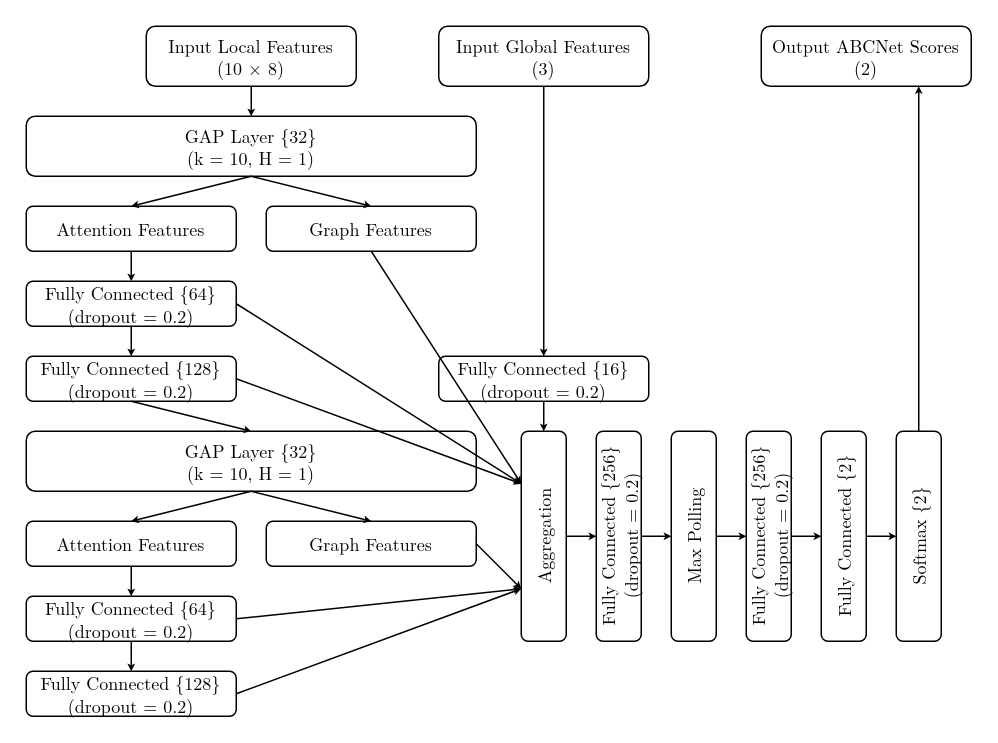
Earlier version of the draw.io diagram ABCNet.drawio (lyazj/tmp). Source tidied: cells renumbered, new cells numbered last; positions are measured from the earlier drawing's top-left corner, leaving out a move shared by most shapes. Both pictures are drawn from the tidied source at 150%, with x=0, y=0 at pixel (26, 26).
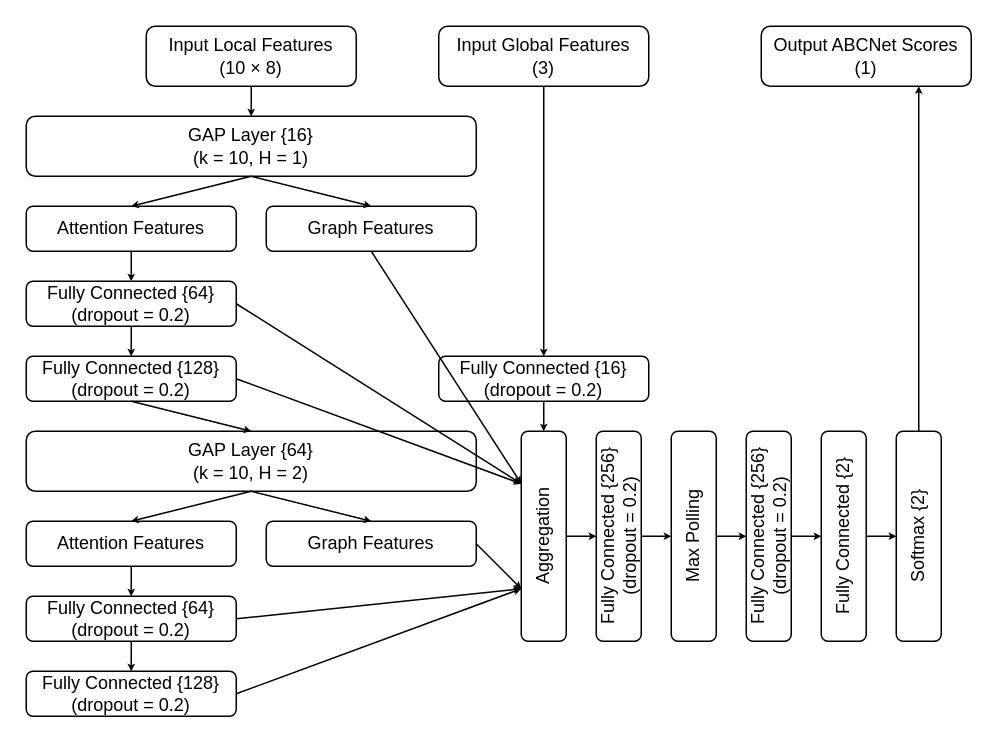
Above is the later version.

What changed in the source:
```diff
@@
-    <mxCell id="2" value="&lt;div&gt;Input Local Features&lt;/div&gt;&lt;div&gt;(10 × 8)&lt;br&gt;&lt;/div&gt;" style="rounded=1;whiteSpace=wrap;html=1;fontFamily=Latin Modern Roman;" parent="1" vertex="1">
+    <mxCell id="2" value="&lt;div&gt;Input Local Features&lt;/div&gt;&lt;div&gt;(10 × 8)&lt;br&gt;&lt;/div&gt;" style="rounded=1;whiteSpace=wrap;html=1;fontFamily=Arial;" parent="1" vertex="1">
       <mxGeometry x="80" width="140" height="40" as="geometry" />
     </mxCell>
-    <mxCell id="3" value="&lt;div&gt;GAP Layer {32}&lt;/div&gt;&lt;div&gt;(k = 10, H = 1)&lt;br&gt;&lt;/div&gt;" style="rounded=1;whiteSpace=wrap;html=1;fontFamily=Latin Modern Roman;" parent="1" vertex="1">
+    <mxCell id="3" value="&lt;div&gt;GAP Layer {16}&lt;/div&gt;&lt;div&gt;(k = 10, H = 1)&lt;br&gt;&lt;/div&gt;" style="rounded=1;whiteSpace=wrap;html=1;fontFamily=Arial;" parent="1" vertex="1">
       <mxGeometry y="60" width="300" height="40" as="geometry" />
     </mxCell>
-    <mxCell id="4" value="&lt;div&gt;Graph Features&lt;/div&gt;" style="rounded=1;whiteSpace=wrap;html=1;fontFamily=Latin Modern Roman;" parent="1" vertex="1">
+    <mxCell id="4" value="&lt;div&gt;Graph Features&lt;/div&gt;" style="rounded=1;whiteSpace=wrap;html=1;fontFamily=Arial;" parent="1" vertex="1">
       <mxGeometry x="160" y="120" width="140" height="30" as="geometry" />
     </mxCell>
-    <mxCell id="5" value="Attention Features" style="rounded=1;whiteSpace=wrap;html=1;fontFamily=Latin Modern Roman;" parent="1" vertex="1">
+    <mxCell id="5" value="Attention Features" style="rounded=1;whiteSpace=wrap;html=1;fontFamily=Arial;" parent="1" vertex="1">
       <mxGeometry y="120" width="140" height="30" as="geometry" />
     </mxCell>
-    <mxCell id="6" style="endArrow=classic;html=1;rounded=0;exitX=0.5;exitY=1;exitDx=0;exitDy=0;entryX=0.5;entryY=0;entryDx=0;entryDy=0;endSize=2;fontFamily=Latin Modern Roman;" parent="1" edge="1" source="3" target="5">
+    <mxCell id="6" style="endArrow=classic;html=1;rounded=0;exitX=0.5;exitY=1;exitDx=0;exitDy=0;entryX=0.5;entryY=0;entryDx=0;entryDy=0;endSize=2;fontFamily=Arial;" parent="1" edge="1" source="3" target="5">
       <mxGeometry relative="1" as="geometry" />
     </mxCell>
-    <mxCell id="7" style="endArrow=classic;html=1;rounded=0;exitX=0.5;exitY=1;exitDx=0;exitDy=0;entryX=0.5;entryY=0;entryDx=0;entryDy=0;endSize=2;fontFamily=Latin Modern Roman;" parent="1" edge="1" source="3" target="4">
+    <mxCell id="7" style="endArrow=classic;html=1;rounded=0;exitX=0.5;exitY=1;exitDx=0;exitDy=0;entryX=0.5;entryY=0;entryDx=0;entryDy=0;endSize=2;fontFamily=Arial;" parent="1" edge="1" source="3" target="4">
       <mxGeometry relative="1" as="geometry" />
     </mxCell>
-    <mxCell id="8" value="&lt;div&gt;Fully Connected {64}&lt;/div&gt;(dropout = 0.2)" style="rounded=1;whiteSpace=wrap;html=1;fontFamily=Latin Modern Roman;" parent="1" vertex="1">
+    <mxCell id="8" value="&lt;div&gt;Fully Connected {64}&lt;/div&gt;(dropout = 0.2)" style="rounded=1;whiteSpace=wrap;html=1;fontFamily=Arial;" parent="1" vertex="1">
       <mxGeometry y="170" width="140" height="30" as="geometry" />
     </mxCell>
-    <mxCell id="9" style="endArrow=classic;html=1;rounded=0;exitX=0.5;exitY=1;exitDx=0;exitDy=0;entryX=0.5;entryY=0;entryDx=0;entryDy=0;endSize=2;fontFamily=Latin Modern Roman;" parent="1" edge="1" source="2" target="3">
+    <mxCell id="9" style="endArrow=classic;html=1;rounded=0;exitX=0.5;exitY=1;exitDx=0;exitDy=0;entryX=0.5;entryY=0;entryDx=0;entryDy=0;endSize=2;fontFamily=Arial;" parent="1" edge="1" source="2" target="3">
       <mxGeometry relative="1" as="geometry" />
     </mxCell>
-    <mxCell id="10" style="endArrow=classic;html=1;rounded=0;exitX=0.5;exitY=1;exitDx=0;exitDy=0;entryX=0.5;entryY=0;entryDx=0;entryDy=0;endSize=2;fontFamily=Latin Modern Roman;" parent="1" edge="1" source="5" target="8">
+    <mxCell id="10" style="endArrow=classic;html=1;rounded=0;exitX=0.5;exitY=1;exitDx=0;exitDy=0;entryX=0.5;entryY=0;entryDx=0;entryDy=0;endSize=2;fontFamily=Arial;" parent="1" edge="1" source="5" target="8">
       <mxGeometry relative="1" as="geometry" />
     </mxCell>
-    <mxCell id="11" value="&lt;div&gt;Fully Connected {128}&lt;/div&gt;(dropout = 0.2)" style="rounded=1;whiteSpace=wrap;html=1;fontFamily=Latin Modern Roman;" parent="1" vertex="1">
+    <mxCell id="11" value="&lt;div&gt;Fully Connected {128}&lt;/div&gt;(dropout = 0.2)" style="rounded=1;whiteSpace=wrap;html=1;fontFamily=Arial;" parent="1" vertex="1">
       <mxGeometry y="220" width="140" height="30" as="geometry" />
     </mxCell>
-    <mxCell id="12" style="endArrow=classic;html=1;rounded=0;exitX=0.5;exitY=1;exitDx=0;exitDy=0;entryX=0.5;entryY=0;entryDx=0;entryDy=0;endSize=2;fontFamily=Latin Modern Roman;" parent="1" edge="1" source="8" target="11">
+    <mxCell id="12" style="endArrow=classic;html=1;rounded=0;exitX=0.5;exitY=1;exitDx=0;exitDy=0;entryX=0.5;entryY=0;entryDx=0;entryDy=0;endSize=2;fontFamily=Arial;" parent="1" edge="1" source="8" target="11">
       <mxGeometry relative="1" as="geometry" />
     </mxCell>
-    <mxCell id="13" value="&lt;div&gt;GAP Layer {32}&lt;/div&gt;&lt;div&gt;(k = 10, H = 1)&lt;br&gt;&lt;/div&gt;" style="rounded=1;whiteSpace=wrap;html=1;fontFamily=Latin Modern Roman;" parent="1" vertex="1">
+    <mxCell id="13" value="&lt;div&gt;GAP Layer {64}&lt;/div&gt;&lt;div&gt;(k = 10, H = 2)&lt;br&gt;&lt;/div&gt;" style="rounded=1;whiteSpace=wrap;html=1;fontFamily=Arial;" parent="1" vertex="1">
       <mxGeometry y="270" width="300" height="40" as="geometry" />
     </mxCell>
-    <mxCell id="14" value="&lt;div&gt;Graph Features&lt;/div&gt;" style="rounded=1;whiteSpace=wrap;html=1;fontFamily=Latin Modern Roman;" parent="1" vertex="1">
+    <mxCell id="14" value="&lt;div&gt;Graph Features&lt;/div&gt;" style="rounded=1;whiteSpace=wrap;html=1;fontFamily=Arial;" parent="1" vertex="1">
       <mxGeometry x="160" y="330" width="140" height="30" as="geometry" />
     </mxCell>
-    <mxCell id="15" value="Attention Features" style="rounded=1;whiteSpace=wrap;html=1;fontFamily=Latin Modern Roman;" parent="1" vertex="1">
+    <mxCell id="15" value="Attention Features" style="rounded=1;whiteSpace=wrap;html=1;fontFamily=Arial;" parent="1" vertex="1">
       <mxGeometry y="330" width="140" height="30" as="geometry" />
     </mxCell>
-    <mxCell id="16" style="endArrow=classic;html=1;rounded=0;exitX=0.5;exitY=1;exitDx=0;exitDy=0;entryX=0.5;entryY=0;entryDx=0;entryDy=0;endSize=2;fontFamily=Latin Modern Roman;" parent="1" edge="1" source="13" target="15">
+    <mxCell id="16" style="endArrow=classic;html=1;rounded=0;exitX=0.5;exitY=1;exitDx=0;exitDy=0;entryX=0.5;entryY=0;entryDx=0;entryDy=0;endSize=2;fontFamily=Arial;" parent="1" edge="1" source="13" target="15">
       <mxGeometry relative="1" as="geometry" />
     </mxCell>
-    <mxCell id="17" style="endArrow=classic;html=1;rounded=0;exitX=0.5;exitY=1;exitDx=0;exitDy=0;entryX=0.5;entryY=0;entryDx=0;entryDy=0;endSize=2;fontFamily=Latin Modern Roman;" parent="1" edge="1" source="13" target="14">
+    <mxCell id="17" style="endArrow=classic;html=1;rounded=0;exitX=0.5;exitY=1;exitDx=0;exitDy=0;entryX=0.5;entryY=0;entryDx=0;entryDy=0;endSize=2;fontFamily=Arial;" parent="1" edge="1" source="13" target="14">
       <mxGeometry relative="1" as="geometry" />
     </mxCell>
-    <mxCell id="18" value="&lt;div&gt;Fully Connected {64}&lt;/div&gt;(dropout = 0.2)" style="rounded=1;whiteSpace=wrap;html=1;fontFamily=Latin Modern Roman;" parent="1" vertex="1">
+    <mxCell id="18" value="&lt;div&gt;Fully Connected {64}&lt;/div&gt;(dropout = 0.2)" style="rounded=1;whiteSpace=wrap;html=1;fontFamily=Arial;" parent="1" vertex="1">
       <mxGeometry y="380" width="140" height="30" as="geometry" />
     </mxCell>
-    <mxCell id="19" style="endArrow=classic;html=1;rounded=0;exitX=0.5;exitY=1;exitDx=0;exitDy=0;entryX=0.5;entryY=0;entryDx=0;entryDy=0;endSize=2;fontFamily=Latin Modern Roman;" parent="1" edge="1" source="15" target="18">
+    <mxCell id="19" style="endArrow=classic;html=1;rounded=0;exitX=0.5;exitY=1;exitDx=0;exitDy=0;entryX=0.5;entryY=0;entryDx=0;entryDy=0;endSize=2;fontFamily=Arial;" parent="1" edge="1" source="15" target="18">
       <mxGeometry relative="1" as="geometry" />
     </mxCell>
-    <mxCell id="20" value="&lt;div&gt;Fully Connected {128}&lt;/div&gt;(dropout = 0.2)" style="rounded=1;whiteSpace=wrap;html=1;fontFamily=Latin Modern Roman;" parent="1" vertex="1">
+    <mxCell id="20" value="&lt;div&gt;Fully Connected {128}&lt;/div&gt;(dropout = 0.2)" style="rounded=1;whiteSpace=wrap;html=1;fontFamily=Arial;" parent="1" vertex="1">
       <mxGeometry y="430" width="140" height="30" as="geometry" />
     </mxCell>
-    <mxCell id="21" style="endArrow=classic;html=1;rounded=0;exitX=0.5;exitY=1;exitDx=0;exitDy=0;entryX=0.5;entryY=0;entryDx=0;entryDy=0;endSize=2;fontFamily=Latin Modern Roman;" parent="1" edge="1" source="18" target="20">
+    <mxCell id="21" style="endArrow=classic;html=1;rounded=0;exitX=0.5;exitY=1;exitDx=0;exitDy=0;entryX=0.5;entryY=0;entryDx=0;entryDy=0;endSize=2;fontFamily=Arial;" parent="1" edge="1" source="18" target="20">
       <mxGeometry relative="1" as="geometry" />
     </mxCell>
-    <mxCell id="22" style="endArrow=classic;html=1;rounded=0;exitX=0.5;exitY=1;exitDx=0;exitDy=0;entryX=0.5;entryY=0;entryDx=0;entryDy=0;endSize=2;fontFamily=Latin Modern Roman;" parent="1" edge="1" source="11" target="13">
+    <mxCell id="22" style="endArrow=classic;html=1;rounded=0;exitX=0.5;exitY=1;exitDx=0;exitDy=0;entryX=0.5;entryY=0;entryDx=0;entryDy=0;endSize=2;fontFamily=Arial;" parent="1" edge="1" source="11" target="13">
       <mxGeometry relative="1" as="geometry" />
     </mxCell>
-    <mxCell id="23" value="&lt;div&gt;Aggregation&lt;/div&gt;" style="rounded=1;whiteSpace=wrap;html=1;horizontal=0;fontFamily=Latin Modern Roman;" parent="1" vertex="1">
+    <mxCell id="23" value="&lt;div&gt;Aggregation&lt;/div&gt;" style="rounded=1;whiteSpace=wrap;html=1;horizontal=0;fontFamily=Arial;" parent="1" vertex="1">
       <mxGeometry x="330" y="270" width="30" height="140" as="geometry" />
     </mxCell>
-    <mxCell id="24" style="endArrow=classic;html=1;rounded=0;exitX=1;exitY=0.5;exitDx=0;exitDy=0;entryX=0;entryY=0.25;entryDx=0;entryDy=0;endSize=2;fontFamily=Latin Modern Roman;" parent="1" edge="1" source="8" target="23">
+    <mxCell id="24" style="endArrow=classic;html=1;rounded=0;exitX=1;exitY=0.5;exitDx=0;exitDy=0;entryX=0;entryY=0.25;entryDx=0;entryDy=0;endSize=2;fontFamily=Arial;" parent="1" edge="1" source="8" target="23">
       <mxGeometry relative="1" as="geometry" />
     </mxCell>
-    <mxCell id="25" style="endArrow=classic;html=1;rounded=0;exitX=1;exitY=0.5;exitDx=0;exitDy=0;entryX=0;entryY=0.25;entryDx=0;entryDy=0;endSize=2;fontFamily=Latin Modern Roman;" parent="1" edge="1" source="11" target="23">
+    <mxCell id="25" style="endArrow=classic;html=1;rounded=0;exitX=1;exitY=0.5;exitDx=0;exitDy=0;entryX=0;entryY=0.25;entryDx=0;entryDy=0;endSize=2;fontFamily=Arial;" parent="1" edge="1" source="11" target="23">
       <mxGeometry relative="1" as="geometry" />
     </mxCell>
-    <mxCell id="26" style="endArrow=classic;html=1;rounded=0;exitX=1;exitY=0.5;exitDx=0;exitDy=0;entryX=0;entryY=0.75;entryDx=0;entryDy=0;endSize=2;fontFamily=Latin Modern Roman;" parent="1" edge="1" source="14" target="23">
+    <mxCell id="26" style="endArrow=classic;html=1;rounded=0;exitX=1;exitY=0.5;exitDx=0;exitDy=0;entryX=0;entryY=0.75;entryDx=0;entryDy=0;endSize=2;fontFamily=Arial;" parent="1" edge="1" source="14" target="23">
       <mxGeometry relative="1" as="geometry" />
     </mxCell>
-    <mxCell id="27" style="endArrow=classic;html=1;rounded=0;exitX=1;exitY=0.5;exitDx=0;exitDy=0;entryX=0;entryY=0.75;entryDx=0;entryDy=0;endSize=2;fontFamily=Latin Modern Roman;" parent="1" edge="1" source="18" target="23">
+    <mxCell id="27" style="endArrow=classic;html=1;rounded=0;exitX=1;exitY=0.5;exitDx=0;exitDy=0;entryX=0;entryY=0.75;entryDx=0;entryDy=0;endSize=2;fontFamily=Arial;" parent="1" edge="1" source="18" target="23">
       <mxGeometry relative="1" as="geometry" />
     </mxCell>
-    <mxCell id="28" style="endArrow=classic;html=1;rounded=0;exitX=1;exitY=0.5;exitDx=0;exitDy=0;entryX=0;entryY=0.75;entryDx=0;entryDy=0;endSize=2;fontFamily=Latin Modern Roman;" parent="1" edge="1" source="20" target="23">
+    <mxCell id="28" style="endArrow=classic;html=1;rounded=0;exitX=1;exitY=0.5;exitDx=0;exitDy=0;entryX=0;entryY=0.75;entryDx=0;entryDy=0;endSize=2;fontFamily=Arial;" parent="1" edge="1" source="20" target="23">
       <mxGeometry relative="1" as="geometry" />
     </mxCell>
-    <mxCell id="29" value="&lt;div&gt;Input Global Features&lt;/div&gt;&lt;div&gt;(3)&lt;br&gt;&lt;/div&gt;" style="rounded=1;whiteSpace=wrap;html=1;fontFamily=Latin Modern Roman;" parent="1" vertex="1">
+    <mxCell id="29" value="&lt;div&gt;Input Global Features&lt;/div&gt;&lt;div&gt;(3)&lt;br&gt;&lt;/div&gt;" style="rounded=1;whiteSpace=wrap;html=1;fontFamily=Arial;" parent="1" vertex="1">
       <mxGeometry x="275" width="140" height="40" as="geometry" />
     </mxCell>
-    <mxCell id="30" value="&lt;div&gt;Fully Connected {16}&lt;/div&gt;(dropout = 0.2)" style="rounded=1;whiteSpace=wrap;html=1;fontFamily=Latin Modern Roman;" parent="1" vertex="1">
+    <mxCell id="30" value="&lt;div&gt;Fully Connected {16}&lt;/div&gt;(dropout = 0.2)" style="rounded=1;whiteSpace=wrap;html=1;fontFamily=Arial;" parent="1" vertex="1">
       <mxGeometry x="275" y="220" width="140" height="30" as="geometry" />
     </mxCell>
-    <mxCell id="31" style="endArrow=classic;html=1;rounded=0;exitX=0.5;exitY=1;exitDx=0;exitDy=0;entryX=0.5;entryY=0;entryDx=0;entryDy=0;endSize=2;fontFamily=Latin Modern Roman;" parent="1" edge="1" source="29" target="30">
+    <mxCell id="31" style="endArrow=classic;html=1;rounded=0;exitX=0.5;exitY=1;exitDx=0;exitDy=0;entryX=0.5;entryY=0;entryDx=0;entryDy=0;endSize=2;fontFamily=Arial;" parent="1" edge="1" source="29" target="30">
       <mxGeometry relative="1" as="geometry" />
     </mxCell>
-    <mxCell id="32" style="endArrow=classic;html=1;rounded=0;exitX=0.5;exitY=1;exitDx=0;exitDy=0;entryX=0.5;entryY=0;entryDx=0;entryDy=0;endSize=2;fontFamily=Latin Modern Roman;" parent="1" edge="1" source="30" target="23">
+    <mxCell id="32" style="endArrow=classic;html=1;rounded=0;exitX=0.5;exitY=1;exitDx=0;exitDy=0;entryX=0.5;entryY=0;entryDx=0;entryDy=0;endSize=2;fontFamily=Arial;" parent="1" edge="1" source="30" target="23">
       <mxGeometry relative="1" as="geometry" />
     </mxCell>
-    <mxCell id="33" style="endArrow=classic;html=1;rounded=0;exitX=0.5;exitY=1;exitDx=0;exitDy=0;entryX=0;entryY=0.25;entryDx=0;entryDy=0;endSize=2;fontFamily=Latin Modern Roman;" parent="1" edge="1" source="4" target="23">
+    <mxCell id="33" style="endArrow=classic;html=1;rounded=0;exitX=0.5;exitY=1;exitDx=0;exitDy=0;entryX=0;entryY=0.25;entryDx=0;entryDy=0;endSize=2;fontFamily=Arial;" parent="1" edge="1" source="4" target="23">
       <mxGeometry relative="1" as="geometry" />
     </mxCell>
-    <mxCell id="34" value="&lt;div&gt;Fully Connected {256}&lt;/div&gt;(dropout = 0.2)" style="rounded=1;whiteSpace=wrap;html=1;horizontal=0;fontFamily=Latin Modern Roman;" parent="1" vertex="1">
+    <mxCell id="34" value="&lt;div&gt;Fully Connected {256}&lt;/div&gt;(dropout = 0.2)" style="rounded=1;whiteSpace=wrap;html=1;horizontal=0;fontFamily=Arial;" parent="1" vertex="1">
       <mxGeometry x="380" y="270" width="30" height="140" as="geometry" />
     </mxCell>
-    <mxCell id="35" value="&lt;div&gt;Max Polling&lt;/div&gt;" style="rounded=1;whiteSpace=wrap;html=1;horizontal=0;fontFamily=Latin Modern Roman;" parent="1" vertex="1">
+    <mxCell id="35" value="&lt;div&gt;Max Polling&lt;/div&gt;" style="rounded=1;whiteSpace=wrap;html=1;horizontal=0;fontFamily=Arial;" parent="1" vertex="1">
       <mxGeometry x="430" y="270" width="30" height="140" as="geometry" />
     </mxCell>
-    <mxCell id="36" value="&lt;div&gt;Fully Connected {256}&lt;/div&gt;(dropout = 0.2)" style="rounded=1;whiteSpace=wrap;html=1;horizontal=0;fontFamily=Latin Modern Roman;" parent="1" vertex="1">
+    <mxCell id="36" value="&lt;div&gt;Fully Connected {256}&lt;/div&gt;(dropout = 0.2)" style="rounded=1;whiteSpace=wrap;html=1;horizontal=0;fontFamily=Arial;" parent="1" vertex="1">
       <mxGeometry x="480" y="270" width="30" height="140" as="geometry" />
     </mxCell>
-    <mxCell id="37" value="Fully Connected {2}" style="rounded=1;whiteSpace=wrap;html=1;horizontal=0;fontFamily=Latin Modern Roman;" parent="1" vertex="1">
+    <mxCell id="37" value="Fully Connected {2}" style="rounded=1;whiteSpace=wrap;html=1;horizontal=0;fontFamily=Arial;" parent="1" vertex="1">
       <mxGeometry x="530" y="270" width="30" height="140" as="geometry" />
     </mxCell>
-    <mxCell id="38" value="Softmax {2}" style="rounded=1;whiteSpace=wrap;html=1;horizontal=0;fontFamily=Latin Modern Roman;" parent="1" vertex="1">
+    <mxCell id="38" value="Softmax {2}" style="rounded=1;whiteSpace=wrap;html=1;horizontal=0;fontFamily=Arial;" parent="1" vertex="1">
       <mxGeometry x="580" y="270" width="30" height="140" as="geometry" />
     </mxCell>
-    <mxCell id="39" style="endArrow=classic;html=1;rounded=0;exitX=1;exitY=0.5;exitDx=0;exitDy=0;entryX=0;entryY=0.5;entryDx=0;entryDy=0;endSize=2;fontFamily=Latin Modern Roman;" parent="1" edge="1" source="23" target="34">
+    <mxCell id="39" style="endArrow=classic;html=1;rounded=0;exitX=1;exitY=0.5;exitDx=0;exitDy=0;entryX=0;entryY=0.5;entryDx=0;entryDy=0;endSize=2;fontFamily=Arial;" parent="1" edge="1" source="23" target="34">
       <mxGeometry relative="1" as="geometry" />
     </mxCell>
-    <mxCell id="40" style="endArrow=classic;html=1;rounded=0;exitX=1;exitY=0.5;exitDx=0;exitDy=0;entryX=0;entryY=0.5;entryDx=0;entryDy=0;endSize=2;fontFamily=Latin Modern Roman;" parent="1" edge="1" source="34" target="35">
+    <mxCell id="40" style="endArrow=classic;html=1;rounded=0;exitX=1;exitY=0.5;exitDx=0;exitDy=0;entryX=0;entryY=0.5;entryDx=0;entryDy=0;endSize=2;fontFamily=Arial;" parent="1" edge="1" source="34" target="35">
       <mxGeometry relative="1" as="geometry" />
     </mxCell>
-    <mxCell id="41" style="endArrow=classic;html=1;rounded=0;exitX=1;exitY=0.5;exitDx=0;exitDy=0;entryX=0;entryY=0.5;entryDx=0;entryDy=0;endSize=2;fontFamily=Latin Modern Roman;" parent="1" edge="1" source="35" target="36">
+    <mxCell id="41" style="endArrow=classic;html=1;rounded=0;exitX=1;exitY=0.5;exitDx=0;exitDy=0;entryX=0;entryY=0.5;entryDx=0;entryDy=0;endSize=2;fontFamily=Arial;" parent="1" edge="1" source="35" target="36">
       <mxGeometry relative="1" as="geometry" />
     </mxCell>
-    <mxCell id="42" style="endArrow=classic;html=1;rounded=0;exitX=1;exitY=0.5;exitDx=0;exitDy=0;entryX=0;entryY=0.5;entryDx=0;entryDy=0;endSize=2;fontFamily=Latin Modern Roman;" parent="1" edge="1" source="36" target="37">
+    <mxCell id="42" style="endArrow=classic;html=1;rounded=0;exitX=1;exitY=0.5;exitDx=0;exitDy=0;entryX=0;entryY=0.5;entryDx=0;entryDy=0;endSize=2;fontFamily=Arial;" parent="1" edge="1" source="36" target="37">
       <mxGeometry relative="1" as="geometry" />
     </mxCell>
-    <mxCell id="43" style="endArrow=classic;html=1;rounded=0;exitX=1;exitY=0.5;exitDx=0;exitDy=0;entryX=0;entryY=0.5;entryDx=0;entryDy=0;endSize=2;fontFamily=Latin Modern Roman;" parent="1" edge="1" source="37" target="38">
+    <mxCell id="43" style="endArrow=classic;html=1;rounded=0;exitX=1;exitY=0.5;exitDx=0;exitDy=0;entryX=0;entryY=0.5;entryDx=0;entryDy=0;endSize=2;fontFamily=Arial;" parent="1" edge="1" source="37" target="38">
       <mxGeometry relative="1" as="geometry" />
     </mxCell>
-    <mxCell id="44" value="&lt;div&gt;Output ABCNet Scores&lt;/div&gt;&lt;div&gt;(2)&lt;br&gt;&lt;/div&gt;" style="rounded=1;whiteSpace=wrap;html=1;fontFamily=Latin Modern Roman;" parent="1" vertex="1">
+    <mxCell id="44" value="&lt;div&gt;Output ABCNet Scores&lt;/div&gt;&lt;div&gt;(1)&lt;br&gt;&lt;/div&gt;" style="rounded=1;whiteSpace=wrap;html=1;fontFamily=Arial;" parent="1" vertex="1">
       <mxGeometry x="490" width="140" height="40" as="geometry" />
     </mxCell>
-    <mxCell id="45" style="endArrow=classic;html=1;rounded=0;exitX=0.5;exitY=0;exitDx=0;exitDy=0;entryX=0.75;entryY=1;entryDx=0;entryDy=0;endSize=2;fontFamily=Latin Modern Roman;" parent="1" edge="1" source="38" target="44">
+    <mxCell id="45" style="endArrow=classic;html=1;rounded=0;exitX=0.5;exitY=0;exitDx=0;exitDy=0;entryX=0.75;entryY=1;entryDx=0;entryDy=0;endSize=2;fontFamily=Arial;" parent="1" edge="1" source="38" target="44">
       <mxGeometry relative="1" as="geometry" />
     </mxCell>
```
